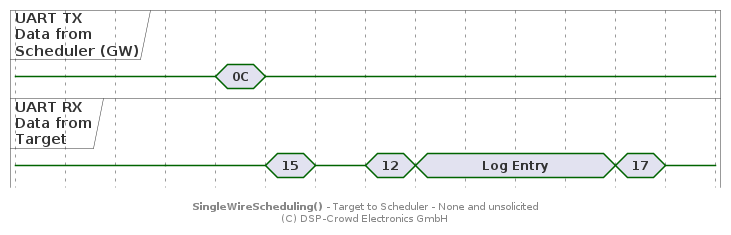
NoOrientationProgramming/code-orb keeps this PlantUML diagram as doc/system/protocol/A6_swt-target-to-sched_unsolicited_1.png. Above is the earlier version.
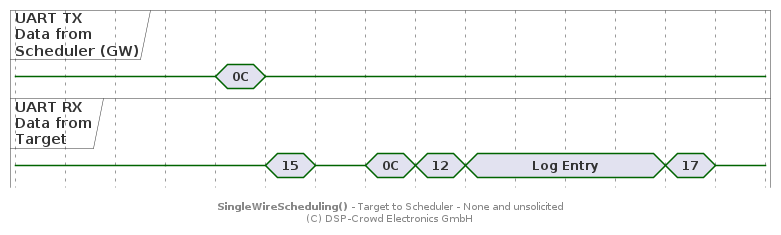
After the commit.

Commit message:
doc: Add unsolicited byte

The edit, as a diff of the source:
```diff
@@ -25,6 +25,9 @@
 
 @+20
 ctrl is {-}
+tar is "0C"
+
+@+20
 tar is "12"
 
 @+20
```
